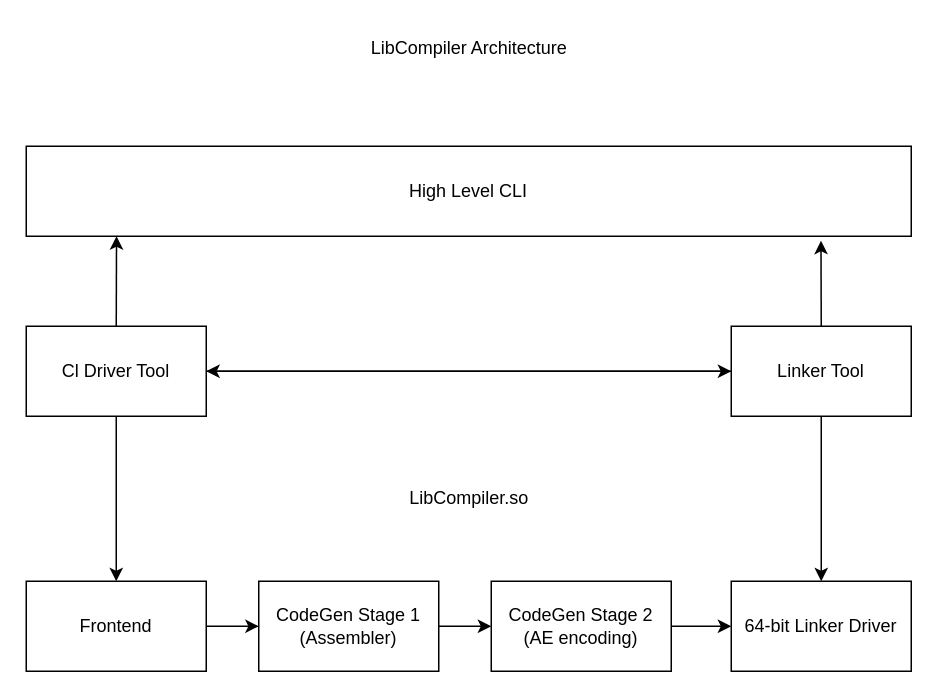
The draw.io diagram docs/drawio/LIBCOMPILER_DESIGN.drawio in nekernel-org/necti, before the edit. Source tidied: cells renumbered, new cells numbered last; positions are measured from the earlier drawing's top-left corner, leaving out a move shared by most shapes. Both pictures are drawn from the tidied source at 150%, with x=0, y=0 at pixel (26, 26).
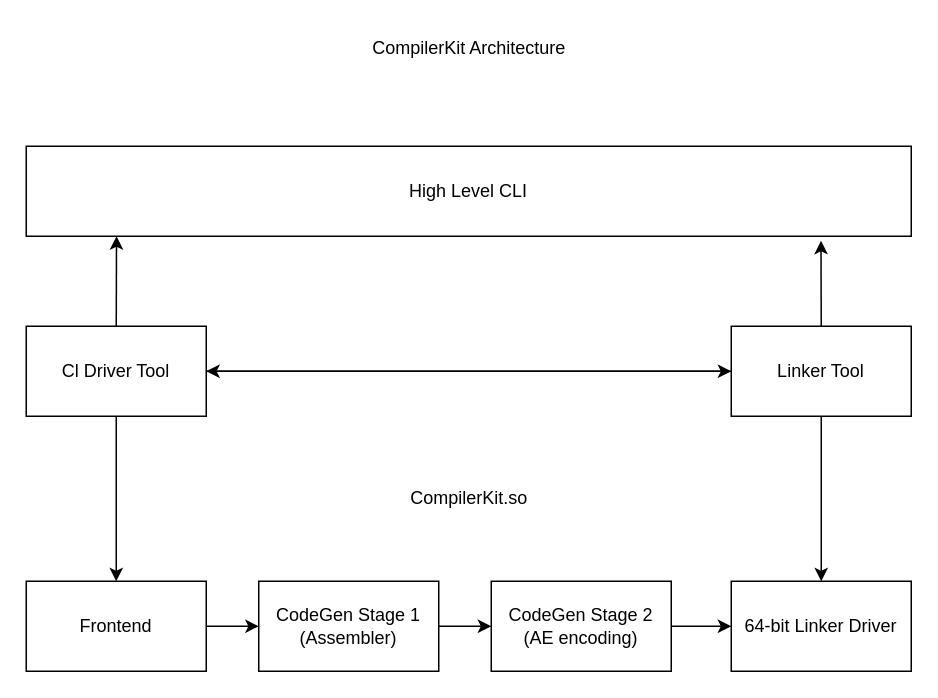
Above is the later version.

Diff of the diagram source:
```diff
@@
 <mxGraphModel>
   <root>
     <mxCell id="0" />
     <mxCell id="1" parent="0" />
     <mxCell id="2" style="edgeStyle=none;html=1;exitX=1;exitY=0.5;exitDx=0;exitDy=0;" parent="1" edge="1" source="3" target="5">
       <mxGeometry relative="1" as="geometry" />
     </mxCell>
     <mxCell id="3" value="Frontend" style="rounded=0;whiteSpace=wrap;html=1;" parent="1" vertex="1">
       <mxGeometry y="370" width="120" height="60" as="geometry" />
     </mxCell>
     <mxCell id="4" style="edgeStyle=none;html=1;" parent="1" edge="1" source="5" target="7">
       <mxGeometry relative="1" as="geometry" />
     </mxCell>
     <mxCell id="5" value="CodeGen Stage 1&lt;div&gt;(Assembler)&lt;/div&gt;" style="rounded=0;whiteSpace=wrap;html=1;" parent="1" vertex="1">
       <mxGeometry x="155" y="370" width="120" height="60" as="geometry" />
     </mxCell>
     <mxCell id="6" style="edgeStyle=none;html=1;exitX=1;exitY=0.5;exitDx=0;exitDy=0;" parent="1" edge="1" source="7" target="8">
       <mxGeometry relative="1" as="geometry" />
     </mxCell>
     <mxCell id="7" value="CodeGen Stage 2&lt;div&gt;(AE encoding)&lt;/div&gt;" style="rounded=0;whiteSpace=wrap;html=1;" parent="1" vertex="1">
       <mxGeometry x="310" y="370" width="120" height="60" as="geometry" />
     </mxCell>
     <mxCell id="8" value="64-bit Linker Driver" style="rounded=0;whiteSpace=wrap;html=1;" parent="1" vertex="1">
       <mxGeometry x="470" y="370" width="120" height="60" as="geometry" />
     </mxCell>
     <mxCell id="9" style="edgeStyle=none;html=1;entryX=0.5;entryY=0;entryDx=0;entryDy=0;" parent="1" edge="1" source="11" target="3">
       <mxGeometry relative="1" as="geometry" />
     </mxCell>
     <mxCell id="10" style="edgeStyle=none;html=1;exitX=1;exitY=0.5;exitDx=0;exitDy=0;" parent="1" edge="1" source="11" target="14">
       <mxGeometry relative="1" as="geometry" />
     </mxCell>
     <mxCell id="11" value="Cl Driver Tool" style="rounded=0;whiteSpace=wrap;html=1;" parent="1" vertex="1">
       <mxGeometry y="200" width="120" height="60" as="geometry" />
     </mxCell>
     <mxCell id="12" style="edgeStyle=none;html=1;entryX=0.5;entryY=0;entryDx=0;entryDy=0;" parent="1" edge="1" source="14" target="8">
       <mxGeometry relative="1" as="geometry" />
     </mxCell>
     <mxCell id="13" style="edgeStyle=none;html=1;entryX=1;entryY=0.5;entryDx=0;entryDy=0;" parent="1" edge="1" source="14" target="11">
       <mxGeometry relative="1" as="geometry" />
     </mxCell>
     <mxCell id="14" value="Linker Tool" style="rounded=0;whiteSpace=wrap;html=1;" parent="1" vertex="1">
       <mxGeometry x="470" y="200" width="120" height="60" as="geometry" />
     </mxCell>
     <mxCell id="15" value="High Level CLI" style="rounded=0;whiteSpace=wrap;html=1;" parent="1" vertex="1">
       <mxGeometry y="80" width="590" height="60" as="geometry" />
     </mxCell>
     <mxCell id="16" style="edgeStyle=none;html=1;exitX=0.5;exitY=0;exitDx=0;exitDy=0;entryX=0.102;entryY=1;entryDx=0;entryDy=0;entryPerimeter=0;" parent="1" edge="1" source="11" target="15">
       <mxGeometry relative="1" as="geometry" />
     </mxCell>
     <mxCell id="17" style="edgeStyle=none;html=1;exitX=0.5;exitY=0;exitDx=0;exitDy=0;entryX=0.898;entryY=1.05;entryDx=0;entryDy=0;entryPerimeter=0;" parent="1" edge="1" source="14" target="15">
       <mxGeometry relative="1" as="geometry" />
     </mxCell>
-    <mxCell id="18" value="LibCompiler Architecture" style="text;html=1;align=center;verticalAlign=middle;whiteSpace=wrap;rounded=0;" parent="1" vertex="1">
+    <mxCell id="18" value="CompilerKit Architecture" style="text;html=1;align=center;verticalAlign=middle;whiteSpace=wrap;rounded=0;" parent="1" vertex="1">
       <mxGeometry x="208" width="175" height="30" as="geometry" />
     </mxCell>
-    <mxCell id="19" value="LibCompiler.so" style="text;html=1;align=center;verticalAlign=middle;whiteSpace=wrap;rounded=0;" parent="1" vertex="1">
+    <mxCell id="19" value="CompilerKit.so" style="text;html=1;align=center;verticalAlign=middle;whiteSpace=wrap;rounded=0;" parent="1" vertex="1">
       <mxGeometry x="208" y="300" width="175" height="30" as="geometry" />
     </mxCell>
   </root>
 </mxGraphModel>
```
